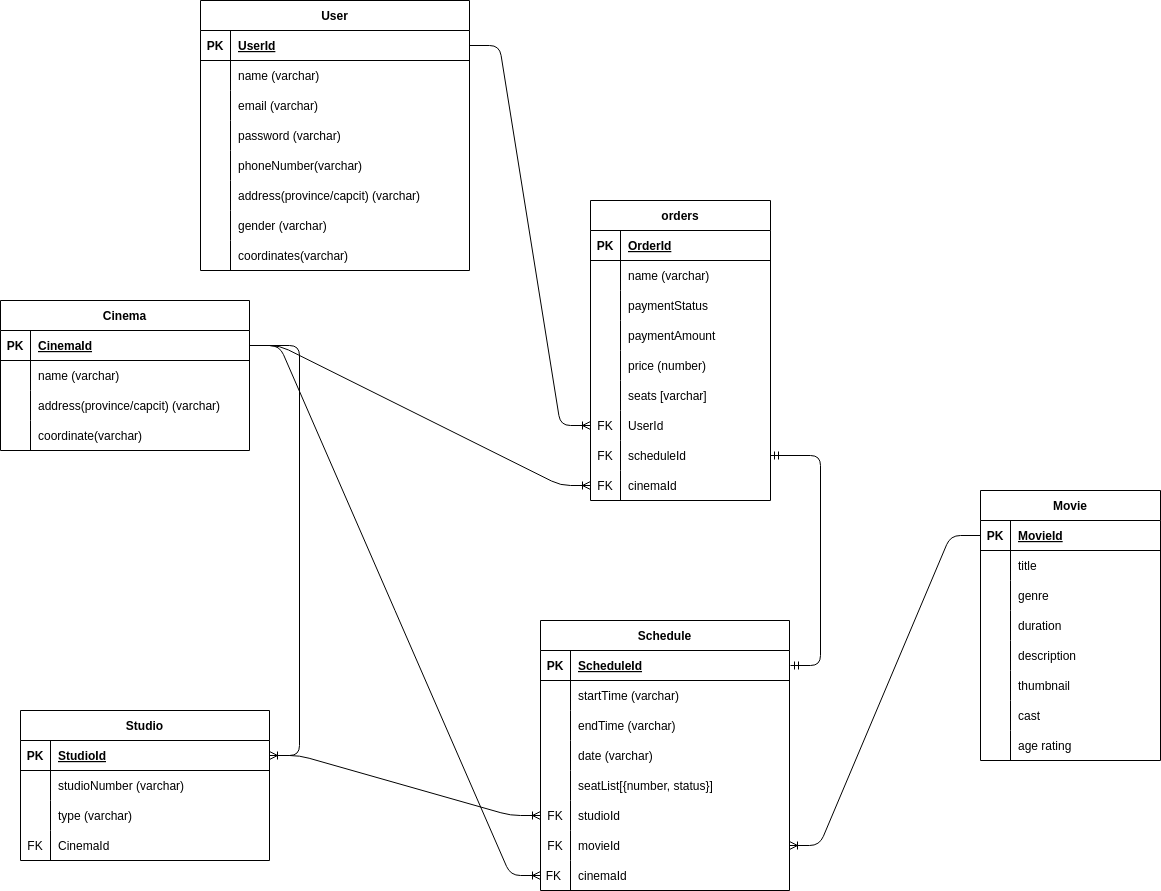
celestial-ticket/server keeps this draw.io diagram as schema.drawio.png. Above is the earlier version. Source tidied: cells renumbered, new cells last; positions are measured from the earlier drawing's top-left corner, leaving out a move shared by most shapes.
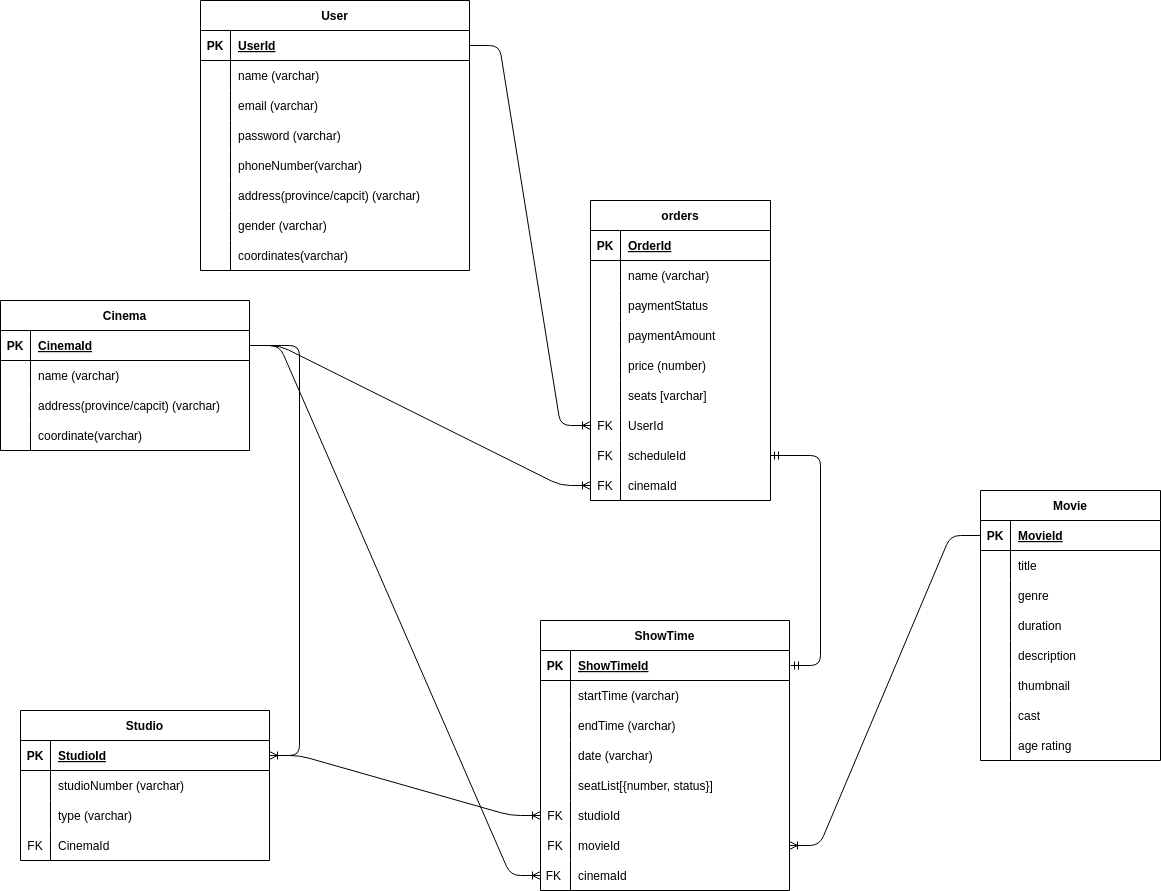
The same diagram one commit later.

Change to the diagram source:
```diff
@@ -320,7 +320,7 @@
     <mxCell id="107" style="edgeStyle=entityRelationEdgeStyle;fontSize=12;html=1;endArrow=ERoneToMany;exitX=1;exitY=0.5;exitDx=0;exitDy=0;" parent="1" edge="1" source="28" target="95">
       <mxGeometry relative="1" as="geometry" />
     </mxCell>
-    <mxCell id="108" value="Schedule" style="shape=table;startSize=30;rowLines=0;fontStyle=1;align=center;" parent="1" vertex="1">
+    <mxCell id="108" value="ShowTime" style="shape=table;startSize=30;rowLines=0;fontStyle=1;align=center;" parent="1" vertex="1">
       <mxGeometry x="540" y="620" width="249" height="270" as="geometry" />
     </mxCell>
     <mxCell id="109" style="shape=tableRow;horizontal=0;startSize=0;swimlaneHead=0;swimlaneBody=0;fillColor=none;top=0;left=0;right=0;bottom=1;" parent="108" vertex="1">
@@ -329,7 +329,7 @@
     <mxCell id="110" value="PK" style="shape=partialRectangle;fillColor=none;top=0;left=0;bottom=0;right=0;fontStyle=1;overflow=hidden;" parent="109" vertex="1">
       <mxGeometry width="30" height="30" as="geometry" />
     </mxCell>
-    <mxCell id="111" value="ScheduleId" style="shape=partialRectangle;fillColor=none;top=0;left=0;bottom=0;right=0;align=left;spacingLeft=6;fontStyle=5;overflow=hidden;" parent="109" vertex="1">
+    <mxCell id="111" value="ShowTimeId" style="shape=partialRectangle;fillColor=none;top=0;left=0;bottom=0;right=0;align=left;spacingLeft=6;fontStyle=5;overflow=hidden;" parent="109" vertex="1">
       <mxGeometry x="30" width="219" height="30" as="geometry" />
     </mxCell>
     <mxCell id="112" style="shape=tableRow;horizontal=0;startSize=0;swimlaneHead=0;swimlaneBody=0;fillColor=none;top=0;left=0;right=0;bottom=0;" parent="108" vertex="1">
```
